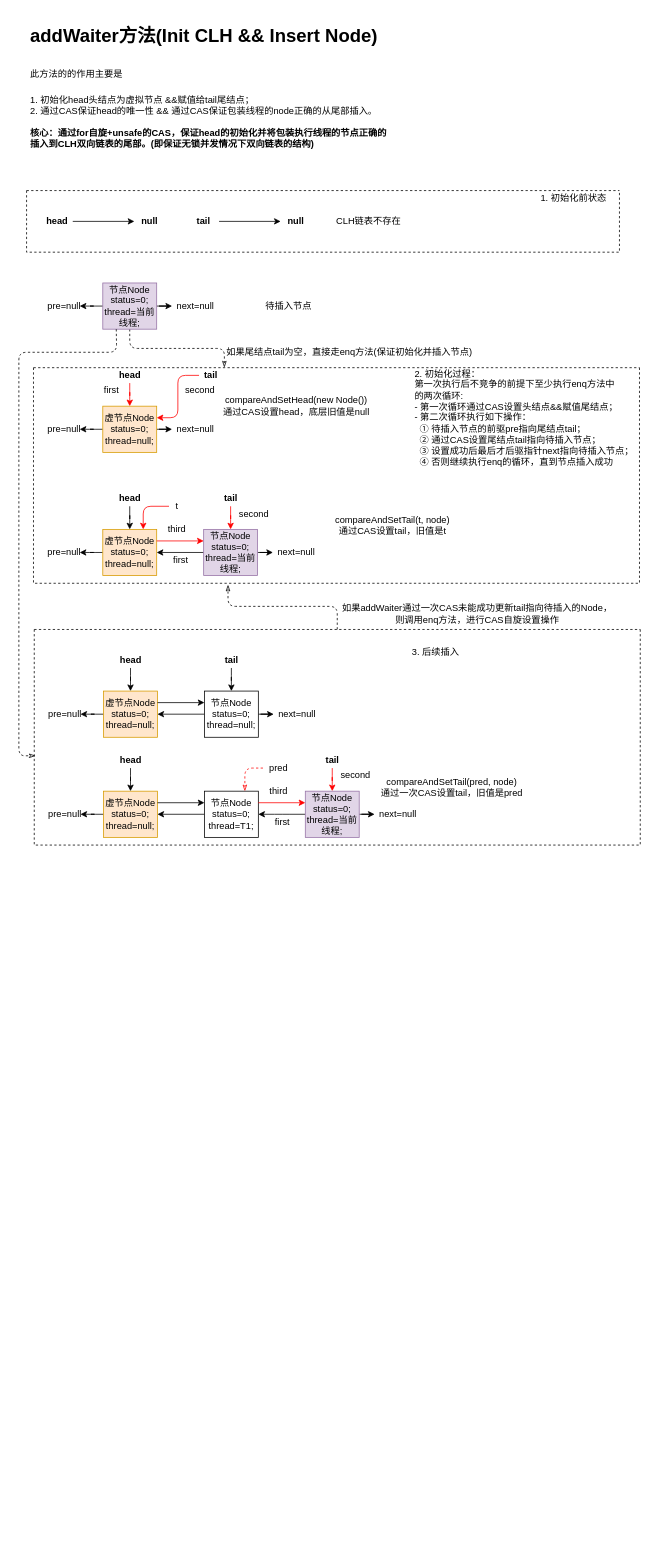
LX1993728/drawio-for-java keeps this draw.io diagram as AQS/addWaiter.drawio. Above is the earlier version. Source tidied: cells renumbered, new cells numbered last; positions are measured from the earlier drawing's top-left corner, leaving out a move shared by most shapes. Both pictures are drawn from the tidied source at 77%, with x=0, y=0 at pixel (18, 21).
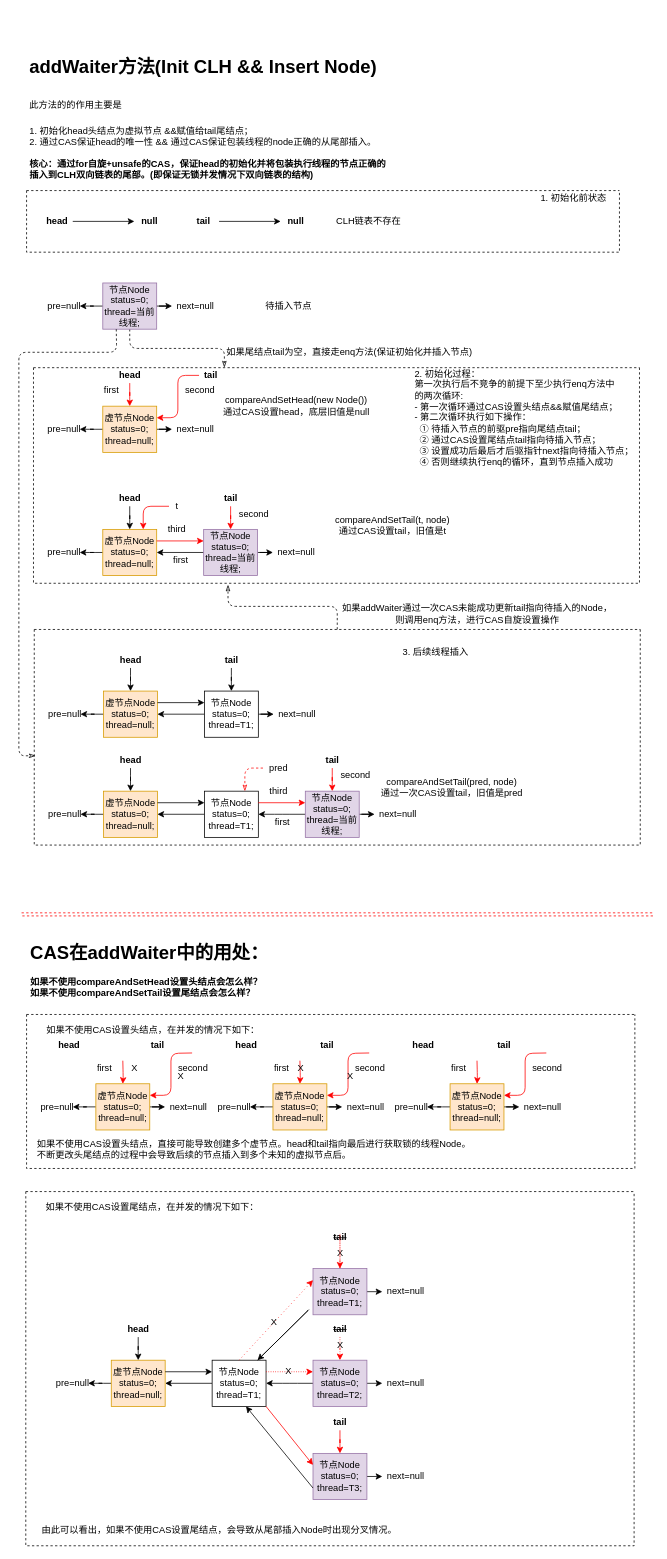
After the change.

Commit message:
aqs - addWaiter() [completed]

The change refers to these unchanged cells:
```xml
<mxCell id="51" style="swimlane;startSize=0;rounded=0;sketch=0;dashed=1;" parent="1" vertex="1">
  <mxGeometry x="20" y="790" width="787" height="280" as="geometry" />
</mxCell>
```

What changed in the source:
```diff
@@
-    <mxCell id="69" value="节点Node&lt;br&gt;status=0;&lt;br&gt;thread=null;" style="rounded=0;whiteSpace=wrap;html=1;sketch=0;" parent="51" vertex="1">
+    <mxCell id="69" value="节点Node&lt;br&gt;status=0;&lt;br&gt;thread=T1;" style="rounded=0;whiteSpace=wrap;html=1;sketch=0;" parent="51" vertex="1">
       <mxGeometry x="221" y="80" width="70" height="60" as="geometry" />
     </mxCell>
@@
-    <mxCell id="85" value="3. 后续插入" style="text;html=1;align=center;verticalAlign=middle;strokeColor=none;" parent="1" vertex="1">
-      <mxGeometry x="501" y="810" width="80" height="20" as="geometry" />
+    <mxCell id="85" value="3. 后续线程插入" style="text;html=1;align=center;verticalAlign=middle;strokeColor=none;" parent="1" vertex="1">
+      <mxGeometry x="491" y="810" width="100" height="20" as="geometry" />
     </mxCell>
@@
     <mxCell id="89" value="&lt;h1&gt;&lt;span&gt;addWaiter方法(Init CLH &amp;amp;&amp;amp; Insert Node)&lt;/span&gt;&lt;/h1&gt;&lt;h1&gt;&lt;span style=&quot;font-size: 12px ; font-weight: normal&quot;&gt;此方法的的作用主要是&lt;/span&gt;&lt;br&gt;&lt;/h1&gt;&lt;div&gt;&lt;span style=&quot;font-size: 12px ; font-weight: normal&quot;&gt;1. 初始化head头结点为虚拟节点 &amp;amp;&amp;amp;赋值给tail尾结点；&lt;/span&gt;&lt;/div&gt;&lt;div&gt;&lt;span style=&quot;font-size: 12px ; font-weight: normal&quot;&gt;2. 通过CAS保证head的唯一性 &amp;amp;&amp;amp; 通过CAS保证包装线程的node正确的从尾部插入。&lt;/span&gt;&lt;/div&gt;&lt;div&gt;&lt;br&gt;&lt;/div&gt;&lt;div&gt;&lt;b&gt;核心：通过for自旋+unsafe的CAS，保证head的初始化并将包装执行线程的节点正确的插入到CLH双向链表的尾部。(即保证无锁并发情况下双向链表的结构)&lt;/b&gt;&lt;/div&gt;&lt;div&gt;&lt;br&gt;&lt;/div&gt;" style="text;html=1;strokeColor=none;fillColor=none;spacing=5;spacingTop=-20;whiteSpace=wrap;overflow=hidden;rounded=0;dashed=1;sketch=0;" parent="1" vertex="1">
-      <mxGeometry x="10" width="480" height="200" as="geometry" />
+      <mxGeometry x="9" y="40" width="480" height="200" as="geometry" />
     </mxCell>
+    <mxCell id="90" style="shape=link;html=1;dashed=1;endArrow=classicThin;endFill=0;strokeColor=#FF0000;" parent="1" edge="1">
+      <mxGeometry relative="1" as="geometry">
+        <mxPoint x="3.5" y="1160" as="sourcePoint" />
+        <mxPoint x="823.5" y="1160" as="targetPoint" />
+      </mxGeometry>
+    </mxCell>
+    <mxCell id="91" value="&lt;h1&gt;CAS在addWaiter中的用处：&lt;/h1&gt;&lt;div&gt;&lt;b&gt;如果不使用compareAndSetHead设置头结点会怎么样？&lt;/b&gt;&lt;/div&gt;&lt;div&gt;&lt;b&gt;如果不使用compareAndSetTail设置尾结点会怎么样？&lt;/b&gt;&lt;/div&gt;&lt;div&gt;&lt;br&gt;&lt;/div&gt;" style="text;html=1;strokeColor=none;fillColor=none;spacing=5;spacingTop=-20;whiteSpace=wrap;overflow=hidden;rounded=0;dashed=1;sketch=0;" parent="1" vertex="1">
+      <mxGeometry x="10" y="1190" width="511" height="100" as="geometry" />
+    </mxCell>
+    <mxCell id="92" style="swimlane;startSize=0;rounded=0;dashed=1;sketch=0;" parent="1" vertex="1">
+      <mxGeometry x="10" y="1290" width="790" height="200" as="geometry" />
+    </mxCell>
+    <mxCell id="93" value="如果不使用CAS设置头结点，在并发的情况下如下：" style="text;html=1;align=center;verticalAlign=middle;strokeColor=none;" parent="92" vertex="1">
+      <mxGeometry x="19" y="10" width="290" height="20" as="geometry" />
+    </mxCell>
+    <mxCell id="94" style="edgeStyle=orthogonalEdgeStyle;curved=0;rounded=1;sketch=0;jettySize=auto;html=1;" parent="92" edge="1" source="96" target="100">
+      <mxGeometry relative="1" as="geometry" />
+    </mxCell>
+    <mxCell id="95" style="edgeStyle=orthogonalEdgeStyle;curved=0;rounded=1;sketch=0;jettySize=auto;html=1;" parent="92" edge="1" source="96" target="101">
+      <mxGeometry relative="1" as="geometry" />
+    </mxCell>
+    <mxCell id="96" value="虚节点Node&lt;br&gt;status=0;&lt;br&gt;thread=null;" style="rounded=0;whiteSpace=wrap;html=1;sketch=0;fillColor=#ffe6cc;strokeColor=#d79b00;" parent="92" vertex="1">
+      <mxGeometry x="90" y="90" width="70" height="60" as="geometry" />
+    </mxCell>
+    <mxCell id="97" style="edgeStyle=orthogonalEdgeStyle;curved=0;rounded=1;sketch=0;jettySize=auto;html=1;strokeColor=#FF0000;" parent="92" edge="1" target="96">
+      <mxGeometry relative="1" as="geometry">
+        <mxPoint x="125" y="60" as="sourcePoint" />
+      </mxGeometry>
+    </mxCell>
+    <mxCell id="98" value="&lt;b&gt;head&lt;/b&gt;" style="text;html=1;align=center;verticalAlign=middle;strokeColor=none;" parent="92" vertex="1">
+      <mxGeometry x="35" y="30" width="40" height="20" as="geometry" />
+    </mxCell>
+    <mxCell id="99" style="edgeStyle=orthogonalEdgeStyle;curved=0;rounded=1;sketch=0;jettySize=auto;html=1;entryX=1;entryY=0.25;entryDx=0;entryDy=0;strokeColor=#FF0000;" parent="92" edge="1" target="96">
+      <mxGeometry relative="1" as="geometry">
+        <mxPoint x="215" y="50" as="sourcePoint" />
+      </mxGeometry>
+    </mxCell>
+    <mxCell id="100" value="pre=null" style="text;html=1;strokeColor=none;fillColor=none;align=center;verticalAlign=middle;whiteSpace=wrap;rounded=0;sketch=0;" parent="92" vertex="1">
+      <mxGeometry x="20" y="110" width="40" height="20" as="geometry" />
+    </mxCell>
+    <mxCell id="101" value="next=null" style="text;html=1;align=center;verticalAlign=middle;points=[];strokeColor=none;" parent="92" vertex="1">
+      <mxGeometry x="180" y="110" width="60" height="20" as="geometry" />
+    </mxCell>
+    <mxCell id="102" value="second" style="text;html=1;align=center;verticalAlign=middle;strokeColor=none;" parent="92" vertex="1">
+      <mxGeometry x="191" y="60" width="50" height="20" as="geometry" />
+    </mxCell>
+    <mxCell id="103" value="first" style="text;html=1;align=center;verticalAlign=middle;strokeColor=none;" parent="92" vertex="1">
+      <mxGeometry x="86" y="60" width="30" height="20" as="geometry" />
+    </mxCell>
+    <mxCell id="104" style="edgeStyle=orthogonalEdgeStyle;curved=0;rounded=1;sketch=0;jettySize=auto;html=1;" parent="92" edge="1" source="106" target="110">
+      <mxGeometry relative="1" as="geometry" />
+    </mxCell>
+    <mxCell id="105" style="edgeStyle=orthogonalEdgeStyle;curved=0;rounded=1;sketch=0;jettySize=auto;html=1;" parent="92" edge="1" source="106" target="111">
+      <mxGeometry relative="1" as="geometry" />
+    </mxCell>
+    <mxCell id="106" value="虚节点Node&lt;br&gt;status=0;&lt;br&gt;thread=null;" style="rounded=0;whiteSpace=wrap;html=1;sketch=0;fillColor=#ffe6cc;strokeColor=#d79b00;" parent="92" vertex="1">
+      <mxGeometry x="320" y="90" width="70" height="60" as="geometry" />
+    </mxCell>
+    <mxCell id="107" style="edgeStyle=orthogonalEdgeStyle;curved=0;rounded=1;sketch=0;jettySize=auto;html=1;strokeColor=#FF0000;" parent="92" edge="1" target="106">
+      <mxGeometry relative="1" as="geometry">
+        <mxPoint x="355" y="60" as="sourcePoint" />
+      </mxGeometry>
+    </mxCell>
+    <mxCell id="108" value="&lt;b&gt;head&lt;/b&gt;" style="text;html=1;align=center;verticalAlign=middle;strokeColor=none;" parent="92" vertex="1">
+      <mxGeometry x="265" y="30" width="40" height="20" as="geometry" />
+    </mxCell>
+    <mxCell id="109" style="edgeStyle=orthogonalEdgeStyle;curved=0;rounded=1;sketch=0;jettySize=auto;html=1;entryX=1;entryY=0.25;entryDx=0;entryDy=0;strokeColor=#FF0000;" parent="92" edge="1" target="106">
+      <mxGeometry relative="1" as="geometry">
+        <mxPoint x="445" y="50" as="sourcePoint" />
+      </mxGeometry>
+    </mxCell>
+    <mxCell id="110" value="pre=null" style="text;html=1;strokeColor=none;fillColor=none;align=center;verticalAlign=middle;whiteSpace=wrap;rounded=0;sketch=0;" parent="92" vertex="1">
+      <mxGeometry x="250" y="110" width="40" height="20" as="geometry" />
+    </mxCell>
+    <mxCell id="111" value="next=null" style="text;html=1;align=center;verticalAlign=middle;points=[];strokeColor=none;" parent="92" vertex="1">
+      <mxGeometry x="410" y="110" width="60" height="20" as="geometry" />
+    </mxCell>
+    <mxCell id="112" value="second" style="text;html=1;align=center;verticalAlign=middle;strokeColor=none;" parent="92" vertex="1">
+      <mxGeometry x="421" y="60" width="50" height="20" as="geometry" />
+    </mxCell>
+    <mxCell id="113" value="first" style="text;html=1;align=center;verticalAlign=middle;strokeColor=none;" parent="92" vertex="1">
+      <mxGeometry x="316" y="60" width="30" height="20" as="geometry" />
+    </mxCell>
+    <mxCell id="114" value="&lt;b&gt;tail&lt;/b&gt;" style="text;html=1;align=center;verticalAlign=middle;strokeColor=none;" parent="92" vertex="1">
+      <mxGeometry x="375" y="30" width="30" height="20" as="geometry" />
+    </mxCell>
+    <mxCell id="115" style="edgeStyle=orthogonalEdgeStyle;curved=0;rounded=1;sketch=0;jettySize=auto;html=1;" parent="92" edge="1" source="117" target="121">
+      <mxGeometry relative="1" as="geometry" />
+    </mxCell>
+    <mxCell id="116" style="edgeStyle=orthogonalEdgeStyle;curved=0;rounded=1;sketch=0;jettySize=auto;html=1;" parent="92" edge="1" source="117" target="122">
+      <mxGeometry relative="1" as="geometry" />
+    </mxCell>
+    <mxCell id="117" value="虚节点Node&lt;br&gt;status=0;&lt;br&gt;thread=null;" style="rounded=0;whiteSpace=wrap;html=1;sketch=0;fillColor=#ffe6cc;strokeColor=#d79b00;" parent="92" vertex="1">
+      <mxGeometry x="550" y="90" width="70" height="60" as="geometry" />
+    </mxCell>
+    <mxCell id="118" style="edgeStyle=orthogonalEdgeStyle;curved=0;rounded=1;sketch=0;jettySize=auto;html=1;strokeColor=#FF0000;" parent="92" edge="1" target="117">
+      <mxGeometry relative="1" as="geometry">
+        <mxPoint x="585" y="60" as="sourcePoint" />
+      </mxGeometry>
+    </mxCell>
+    <mxCell id="119" value="&lt;b&gt;head&lt;/b&gt;" style="text;html=1;align=center;verticalAlign=middle;strokeColor=none;" parent="92" vertex="1">
+      <mxGeometry x="495" y="30" width="40" height="20" as="geometry" />
+    </mxCell>
+    <mxCell id="120" style="edgeStyle=orthogonalEdgeStyle;curved=0;rounded=1;sketch=0;jettySize=auto;html=1;entryX=1;entryY=0.25;entryDx=0;entryDy=0;strokeColor=#FF0000;" parent="92" edge="1" target="117">
+      <mxGeometry relative="1" as="geometry">
+        <mxPoint x="675" y="50" as="sourcePoint" />
+      </mxGeometry>
+    </mxCell>
+    <mxCell id="121" value="pre=null" style="text;html=1;strokeColor=none;fillColor=none;align=center;verticalAlign=middle;whiteSpace=wrap;rounded=0;sketch=0;" parent="92" vertex="1">
+      <mxGeometry x="480" y="110" width="40" height="20" as="geometry" />
+    </mxCell>
+    <mxCell id="122" value="next=null" style="text;html=1;align=center;verticalAlign=middle;points=[];strokeColor=none;" parent="92" vertex="1">
+      <mxGeometry x="640" y="110" width="60" height="20" as="geometry" />
+    </mxCell>
+    <mxCell id="123" value="second" style="text;html=1;align=center;verticalAlign=middle;strokeColor=none;" parent="92" vertex="1">
+      <mxGeometry x="651" y="60" width="50" height="20" as="geometry" />
+    </mxCell>
+    <mxCell id="124" value="first" style="text;html=1;align=center;verticalAlign=middle;strokeColor=none;" parent="92" vertex="1">
+      <mxGeometry x="546" y="60" width="30" height="20" as="geometry" />
+    </mxCell>
+    <mxCell id="125" value="&lt;b&gt;tail&lt;/b&gt;" style="text;html=1;align=center;verticalAlign=middle;strokeColor=none;" parent="92" vertex="1">
+      <mxGeometry x="605" y="30" width="30" height="20" as="geometry" />
+    </mxCell>
+    <mxCell id="126" value="X" style="text;html=1;align=center;verticalAlign=middle;strokeColor=none;" parent="92" vertex="1">
+      <mxGeometry x="346" y="60" width="20" height="20" as="geometry" />
+    </mxCell>
+    <mxCell id="127" value="X" style="text;html=1;align=center;verticalAlign=middle;strokeColor=none;" parent="92" vertex="1">
+      <mxGeometry x="410" y="70" width="20" height="20" as="geometry" />
+    </mxCell>
+    <mxCell id="128" value="&lt;div style=&quot;text-align: left&quot;&gt;&lt;span&gt;如果不使用CAS设置头结点，直接可能导致创建多个虚节点。head和tail指向最后进行获取锁的线程Node。&lt;/span&gt;&lt;/div&gt;&lt;div style=&quot;text-align: left&quot;&gt;&lt;span&gt;不断更改头尾结点的过程中会导致后续的节点插入到多个未知的虚拟节点后。&lt;/span&gt;&lt;/div&gt;" style="text;html=1;align=center;verticalAlign=middle;strokeColor=none;" parent="92" vertex="1">
+      <mxGeometry x="5" y="160" width="580" height="30" as="geometry" />
+    </mxCell>
+    <mxCell id="129" value="&lt;b&gt;tail&lt;/b&gt;" style="text;html=1;align=center;verticalAlign=middle;strokeColor=none;" parent="1" vertex="1">
+      <mxGeometry x="165" y="1320" width="30" height="20" as="geometry" />
+    </mxCell>
+    <mxCell id="130" value="X" style="text;html=1;align=center;verticalAlign=middle;strokeColor=none;" parent="1" vertex="1">
+      <mxGeometry x="140" y="1350" width="20" height="20" as="geometry" />
+    </mxCell>
+    <mxCell id="131" value="X" style="text;html=1;align=center;verticalAlign=middle;strokeColor=none;" parent="1" vertex="1">
+      <mxGeometry x="200" y="1360" width="20" height="20" as="geometry" />
+    </mxCell>
+    <mxCell id="132" style="swimlane;startSize=0;rounded=0;dashed=1;sketch=0;" parent="1" vertex="1">
+      <mxGeometry x="9" y="1520" width="790" height="460" as="geometry" />
+    </mxCell>
+    <mxCell id="133" value="如果不使用CAS设置尾结点，在并发的情况下如下：" style="text;html=1;align=center;verticalAlign=middle;strokeColor=none;" parent="132" vertex="1">
+      <mxGeometry x="19" y="10" width="290" height="20" as="geometry" />
+    </mxCell>
+    <mxCell id="134" style="edgeStyle=orthogonalEdgeStyle;curved=0;rounded=1;sketch=0;jettySize=auto;html=1;" parent="132" edge="1" source="135" target="138">
+      <mxGeometry relative="1" as="geometry" />
+    </mxCell>
+    <mxCell id="135" value="虚节点Node&lt;br&gt;status=0;&lt;br&gt;thread=null;" style="rounded=0;whiteSpace=wrap;html=1;sketch=0;fillColor=#ffe6cc;strokeColor=#d79b00;" parent="132" vertex="1">
+      <mxGeometry x="111" y="219" width="70" height="60" as="geometry" />
+    </mxCell>
+    <mxCell id="136" style="edgeStyle=orthogonalEdgeStyle;curved=0;rounded=1;sketch=0;jettySize=auto;html=1;" parent="132" edge="1" source="137" target="135">
+      <mxGeometry relative="1" as="geometry" />
+    </mxCell>
+    <mxCell id="137" value="&lt;b&gt;head&lt;/b&gt;" style="text;html=1;align=center;verticalAlign=middle;points=[];strokeColor=none;" parent="132" vertex="1">
+      <mxGeometry x="126" y="169" width="40" height="20" as="geometry" />
+    </mxCell>
+    <mxCell id="138" value="pre=null" style="text;html=1;strokeColor=none;fillColor=none;align=center;verticalAlign=middle;whiteSpace=wrap;rounded=0;sketch=0;" parent="132" vertex="1">
+      <mxGeometry x="41" y="239" width="40" height="20" as="geometry" />
+    </mxCell>
+    <mxCell id="139" style="edgeStyle=orthogonalEdgeStyle;curved=0;rounded=1;sketch=0;jettySize=auto;html=1;" parent="132" edge="1" source="140" target="135">
+      <mxGeometry relative="1" as="geometry" />
+    </mxCell>
+    <mxCell id="140" value="节点Node&lt;br&gt;status=0;&lt;br&gt;thread=T1;" style="rounded=0;whiteSpace=wrap;html=1;sketch=0;" parent="132" vertex="1">
+      <mxGeometry x="242" y="219" width="70" height="60" as="geometry" />
+    </mxCell>
+    <mxCell id="141" style="endArrow=classic;html=1;entryX=0;entryY=0.25;entryDx=0;entryDy=0;exitX=1;exitY=0.25;exitDx=0;exitDy=0;" parent="132" edge="1" source="135" target="140">
+      <mxGeometry relative="1" as="geometry" />
+    </mxCell>
+    <mxCell id="142" style="edgeStyle=orthogonalEdgeStyle;curved=0;rounded=1;sketch=0;jettySize=auto;html=1;entryX=0.5;entryY=0;entryDx=0;entryDy=0;strokeColor=#FF0000;dashed=1;dashPattern=1 2;" parent="132" edge="1" source="143" target="146">
+      <mxGeometry relative="1" as="geometry" />
+    </mxCell>
+    <mxCell id="143" value="&lt;b&gt;&lt;strike&gt;tail&lt;/strike&gt;&lt;/b&gt;" style="text;html=1;align=center;verticalAlign=middle;points=[];strokeColor=none;" parent="132" vertex="1">
+      <mxGeometry x="393" y="169" width="30" height="20" as="geometry" />
+    </mxCell>
+    <mxCell id="144" style="edgeStyle=orthogonalEdgeStyle;curved=0;rounded=1;sketch=0;jettySize=auto;html=1;" parent="132" edge="1" source="146">
+      <mxGeometry relative="1" as="geometry">
+        <mxPoint x="463" y="249" as="targetPoint" />
+      </mxGeometry>
+    </mxCell>
+    <mxCell id="145" style="edgeStyle=orthogonalEdgeStyle;curved=0;rounded=1;sketch=0;jettySize=auto;html=1;" parent="132" edge="1" source="146">
+      <mxGeometry relative="1" as="geometry">
+        <mxPoint x="312" y="249" as="targetPoint" />
+      </mxGeometry>
+    </mxCell>
+    <mxCell id="146" value="节点Node&lt;br&gt;status=0;&lt;br&gt;thread=T2;" style="rounded=0;whiteSpace=wrap;html=1;sketch=0;fillColor=#e1d5e7;strokeColor=#9673a6;" parent="132" vertex="1">
+      <mxGeometry x="373" y="219" width="70" height="60" as="geometry" />
+    </mxCell>
+    <mxCell id="147" style="endArrow=classic;html=1;strokeColor=#FF0000;entryX=0;entryY=0.25;entryDx=0;entryDy=0;exitX=1;exitY=0.25;exitDx=0;exitDy=0;dashed=1;dashPattern=1 2;" parent="132" edge="1" target="146">
+      <mxGeometry relative="1" as="geometry">
+        <mxPoint x="312" y="234" as="sourcePoint" />
+      </mxGeometry>
+    </mxCell>
+    <mxCell id="148" value="next=null" style="text;html=1;align=center;verticalAlign=middle;strokeColor=none;" parent="132" vertex="1">
+      <mxGeometry x="463" y="239" width="60" height="20" as="geometry" />
+    </mxCell>
+    <mxCell id="149" style="edgeStyle=orthogonalEdgeStyle;curved=0;rounded=1;sketch=0;jettySize=auto;html=1;entryX=0.5;entryY=0;entryDx=0;entryDy=0;strokeColor=#FF0000;" parent="132" edge="1" source="150" target="152">
+      <mxGeometry relative="1" as="geometry" />
+    </mxCell>
+    <mxCell id="150" value="&lt;b&gt;tail&lt;/b&gt;" style="text;html=1;align=center;verticalAlign=middle;points=[];strokeColor=none;" parent="132" vertex="1">
+      <mxGeometry x="393" y="290" width="30" height="20" as="geometry" />
+    </mxCell>
+    <mxCell id="151" style="edgeStyle=orthogonalEdgeStyle;curved=0;rounded=1;sketch=0;jettySize=auto;html=1;" parent="132" edge="1" source="152">
+      <mxGeometry relative="1" as="geometry">
+        <mxPoint x="463" y="370" as="targetPoint" />
+      </mxGeometry>
+    </mxCell>
+    <mxCell id="152" value="节点Node&lt;br&gt;status=0;&lt;br&gt;thread=T3;" style="rounded=0;whiteSpace=wrap;html=1;sketch=0;fillColor=#e1d5e7;strokeColor=#9673a6;" parent="132" vertex="1">
+      <mxGeometry x="373" y="340" width="70" height="60" as="geometry" />
+    </mxCell>
+    <mxCell id="153" style="endArrow=classic;html=1;strokeColor=#FF0000;entryX=0;entryY=0.25;entryDx=0;entryDy=0;exitX=1;exitY=1;exitDx=0;exitDy=0;" parent="132" edge="1" source="140" target="152">
+      <mxGeometry relative="1" as="geometry" />
+    </mxCell>
+    <mxCell id="154" value="next=null" style="text;html=1;align=center;verticalAlign=middle;strokeColor=none;" parent="132" vertex="1">
+      <mxGeometry x="463" y="360" width="60" height="20" as="geometry" />
+    </mxCell>
+    <mxCell id="155" style="edgeStyle=orthogonalEdgeStyle;curved=0;rounded=1;sketch=0;jettySize=auto;html=1;entryX=0.5;entryY=0;entryDx=0;entryDy=0;strokeColor=#FF0000;dashed=1;dashPattern=1 2;startArrow=none;" parent="132" edge="1" source="162" target="158">
+      <mxGeometry relative="1" as="geometry" />
+    </mxCell>
+    <mxCell id="156" value="&lt;b&gt;&lt;strike&gt;tail&lt;/strike&gt;&lt;/b&gt;" style="text;html=1;align=center;verticalAlign=middle;points=[];strokeColor=none;" parent="132" vertex="1">
+      <mxGeometry x="393" y="50" width="30" height="20" as="geometry" />
+    </mxCell>
+    <mxCell id="157" style="edgeStyle=orthogonalEdgeStyle;curved=0;rounded=1;sketch=0;jettySize=auto;html=1;" parent="132" edge="1" source="158">
+      <mxGeometry relative="1" as="geometry">
+        <mxPoint x="463" y="130" as="targetPoint" />
+      </mxGeometry>
+    </mxCell>
+    <mxCell id="158" value="节点Node&lt;br&gt;status=0;&lt;br&gt;thread=T1;" style="rounded=0;whiteSpace=wrap;html=1;sketch=0;fillColor=#e1d5e7;strokeColor=#9673a6;" parent="132" vertex="1">
+      <mxGeometry x="373" y="100" width="70" height="60" as="geometry" />
+    </mxCell>
+    <mxCell id="159" style="endArrow=classic;html=1;strokeColor=#FF0000;entryX=0;entryY=0.25;entryDx=0;entryDy=0;exitX=0.5;exitY=0;exitDx=0;exitDy=0;dashed=1;dashPattern=1 4;" parent="132" edge="1" source="140" target="158">
+      <mxGeometry relative="1" as="geometry" />
+    </mxCell>
+    <mxCell id="160" value="next=null" style="text;html=1;align=center;verticalAlign=middle;strokeColor=none;" parent="132" vertex="1">
+      <mxGeometry x="463" y="120" width="60" height="20" as="geometry" />
+    </mxCell>
+    <mxCell id="161" value="X" style="text;html=1;align=center;verticalAlign=middle;strokeColor=none;" parent="132" vertex="1">
+      <mxGeometry x="312" y="160" width="20" height="20" as="geometry" />
+    </mxCell>
+    <mxCell id="162" value="X" style="text;html=1;align=center;verticalAlign=middle;points=[];strokeColor=none;" parent="132" vertex="1">
+      <mxGeometry x="398" y="70" width="20" height="20" as="geometry" />
+    </mxCell>
+    <mxCell id="163" style="edgeStyle=orthogonalEdgeStyle;curved=0;rounded=1;sketch=0;jettySize=auto;html=1;entryX=0.5;entryY=0;entryDx=0;entryDy=0;strokeColor=#FF0000;dashed=1;dashPattern=1 2;endArrow=none;" parent="132" edge="1" source="156" target="162">
+      <mxGeometry relative="1" as="geometry" />
+    </mxCell>
+    <mxCell id="164" value="由此可以看出，如果不使用CAS设置尾结点，会导致从尾部插入Node时出现分叉情况。" style="text;html=1;align=center;verticalAlign=middle;strokeColor=none;" parent="132" vertex="1">
+      <mxGeometry x="11" y="430" width="480" height="20" as="geometry" />
+    </mxCell>
+    <mxCell id="165" style="endArrow=classic;html=1;exitX=0;exitY=0.75;exitDx=0;exitDy=0;" parent="1" edge="1" source="152">
+      <mxGeometry relative="1" as="geometry">
+        <mxPoint x="295" y="1799" as="targetPoint" />
+      </mxGeometry>
+    </mxCell>
+    <mxCell id="166" style="endArrow=classic;html=1;strokeColor=#000000;" parent="1" edge="1">
+      <mxGeometry relative="1" as="geometry">
+        <mxPoint x="310" y="1739" as="sourcePoint" />
+        <mxPoint x="310" y="1739" as="targetPoint" />
+        <Array as="points">
+          <mxPoint x="380" y="1670" />
+        </Array>
+      </mxGeometry>
+    </mxCell>
+    <mxCell id="167" value="X" style="text;html=1;align=center;verticalAlign=middle;strokeColor=none;" parent="1" vertex="1">
+      <mxGeometry x="407" y="1710" width="20" height="20" as="geometry" />
+    </mxCell>
+    <mxCell id="168" value="X" style="text;html=1;align=center;verticalAlign=middle;strokeColor=none;" parent="1" vertex="1">
+      <mxGeometry x="340" y="1744" width="20" height="20" as="geometry" />
+    </mxCell>
```
